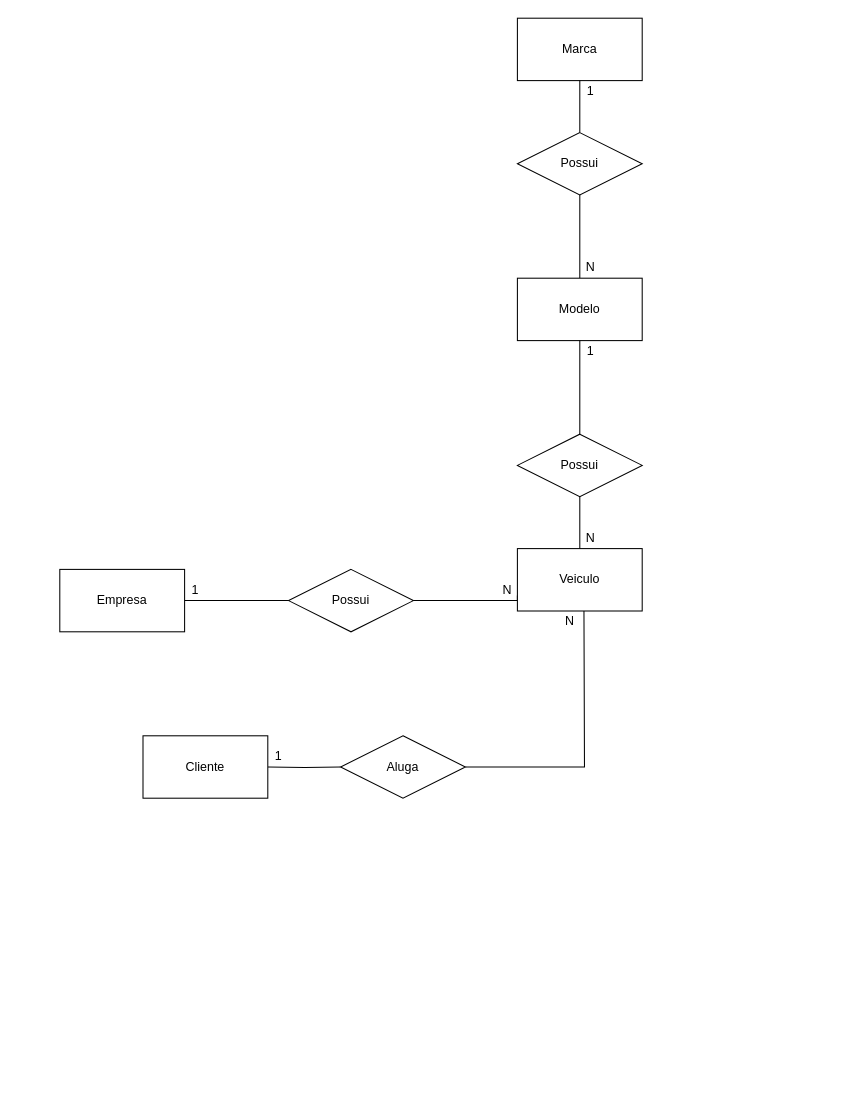
Above: exercicios/1.2-exercicio-locadora/1.2-exercicio-locadora.drawio in Leonardo-Souza-de-Castro/Sprint-1-BD (draw.io), before the change. Source tidied: cells renumbered, new cells numbered last; positions are measured from the earlier drawing's top-left corner, leaving out a move shared by most shapes. Both pictures are drawn from the tidied source at 104%, with x=0, y=0 at pixel (59, 18).
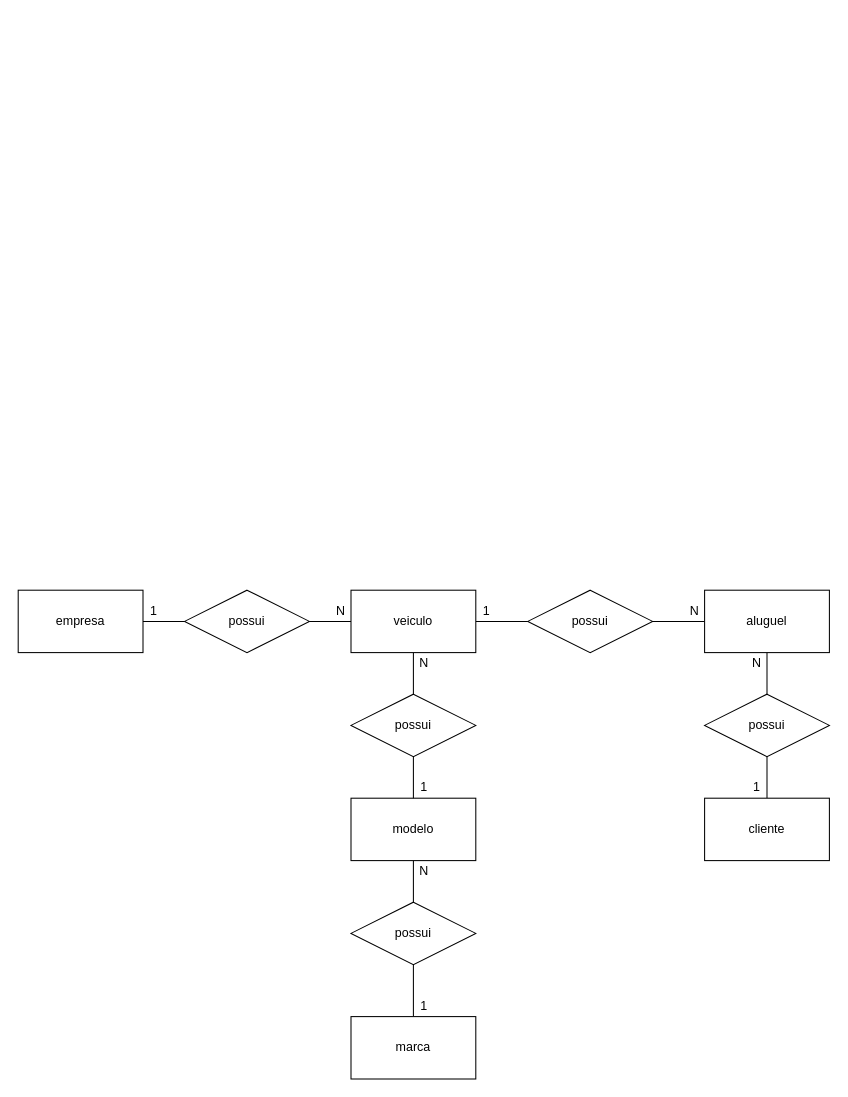
The same page after the edit.

What changed in the source:
```diff
@@
-    <mxCell id="2" style="edgeStyle=orthogonalEdgeStyle;rounded=0;jettySize=auto;html=1;entryX=0;entryY=0.5;entryDx=0;entryDy=0;endArrow=none;endFill=0;" parent="1" edge="1" source="3" target="6">
-      <mxGeometry relative="1" as="geometry" />
-    </mxCell>
-    <mxCell id="3" value="Empresa" style="rounded=0;whiteSpace=wrap;html=1;" parent="1" vertex="1">
-      <mxGeometry y="530" width="120" height="60" as="geometry" />
-    </mxCell>
-    <mxCell id="4" style="edgeStyle=orthogonalEdgeStyle;rounded=0;jettySize=auto;html=1;entryX=0;entryY=0.5;entryDx=0;entryDy=0;endArrow=none;endFill=0;" parent="1" edge="1" target="10">
-      <mxGeometry relative="1" as="geometry">
-        <mxPoint x="200" y="720" as="sourcePoint" />
-      </mxGeometry>
-    </mxCell>
-    <mxCell id="5" style="edgeStyle=orthogonalEdgeStyle;rounded=0;jettySize=auto;html=1;entryX=0;entryY=0.75;entryDx=0;entryDy=0;endArrow=none;endFill=0;exitX=1;exitY=0.5;exitDx=0;exitDy=0;" parent="1" edge="1" source="6" target="14">
-      <mxGeometry relative="1" as="geometry">
-        <Array as="points">
-          <mxPoint x="440" y="560" />
-        </Array>
-      </mxGeometry>
-    </mxCell>
-    <mxCell id="6" value="Possui" style="shape=rhombus;perimeter=rhombusPerimeter;whiteSpace=wrap;html=1;align=center;" parent="1" vertex="1">
-      <mxGeometry x="220" y="530" width="120" height="60" as="geometry" />
-    </mxCell>
-    <mxCell id="7" value="1" style="text;html=1;align=center;verticalAlign=middle;strokeColor=none;" parent="1" vertex="1">
-      <mxGeometry x="120" y="540" width="20" height="20" as="geometry" />
-    </mxCell>
-    <mxCell id="8" value="N" style="text;html=1;align=center;verticalAlign=middle;strokeColor=none;" parent="1" vertex="1">
-      <mxGeometry x="420" y="540" width="20" height="20" as="geometry" />
-    </mxCell>
-    <mxCell id="9" style="edgeStyle=orthogonalEdgeStyle;rounded=0;jettySize=auto;html=1;entryX=0.5;entryY=1;entryDx=0;entryDy=0;endArrow=none;endFill=0;exitX=1;exitY=0.5;exitDx=0;exitDy=0;" parent="1" edge="1" source="10">
-      <mxGeometry relative="1" as="geometry">
-        <mxPoint x="504" y="570" as="targetPoint" />
-      </mxGeometry>
-    </mxCell>
-    <mxCell id="10" value="Aluga" style="shape=rhombus;perimeter=rhombusPerimeter;whiteSpace=wrap;html=1;align=center;" parent="1" vertex="1">
-      <mxGeometry x="270" y="690" width="120" height="60" as="geometry" />
-    </mxCell>
-    <mxCell id="11" value="1" style="text;html=1;align=center;verticalAlign=middle;strokeColor=none;" parent="1" vertex="1">
-      <mxGeometry x="200" y="700" width="20" height="20" as="geometry" />
-    </mxCell>
-    <mxCell id="12" value="N" style="text;html=1;align=center;verticalAlign=middle;strokeColor=none;" parent="1" vertex="1">
-      <mxGeometry x="480" y="570" width="20" height="20" as="geometry" />
-    </mxCell>
-    <mxCell id="13" value="Cliente" style="rounded=0;whiteSpace=wrap;html=1;" parent="1" vertex="1">
-      <mxGeometry x="80" y="690" width="120" height="60" as="geometry" />
-    </mxCell>
-    <mxCell id="14" value="Veiculo" style="rounded=0;whiteSpace=wrap;html=1;" parent="1" vertex="1">
-      <mxGeometry x="440" y="510" width="120" height="60" as="geometry" />
-    </mxCell>
-    <mxCell id="15" style="edgeStyle=orthogonalEdgeStyle;rounded=0;jettySize=auto;html=1;entryX=0.5;entryY=1;entryDx=0;entryDy=0;endArrow=none;endFill=0;" parent="1" edge="1" source="16" target="22">
-      <mxGeometry relative="1" as="geometry" />
-    </mxCell>
-    <mxCell id="16" value="Modelo" style="rounded=0;whiteSpace=wrap;html=1;" parent="1" vertex="1">
-      <mxGeometry x="440" y="250" width="120" height="60" as="geometry" />
-    </mxCell>
-    <mxCell id="17" value="Marca" style="rounded=0;whiteSpace=wrap;html=1;" parent="1" vertex="1">
-      <mxGeometry x="440" width="120" height="60" as="geometry" />
-    </mxCell>
-    <mxCell id="18" style="edgeStyle=orthogonalEdgeStyle;rounded=0;jettySize=auto;html=1;entryX=0.5;entryY=0;entryDx=0;entryDy=0;endArrow=none;endFill=0;exitX=0.5;exitY=1;exitDx=0;exitDy=0;" parent="1" edge="1" source="20" target="14">
-      <mxGeometry relative="1" as="geometry" />
-    </mxCell>
-    <mxCell id="19" style="edgeStyle=orthogonalEdgeStyle;rounded=0;jettySize=auto;html=1;entryX=0.5;entryY=1;entryDx=0;entryDy=0;endArrow=none;endFill=0;" parent="1" edge="1" source="20" target="16">
-      <mxGeometry relative="1" as="geometry" />
-    </mxCell>
-    <mxCell id="20" value="Possui" style="shape=rhombus;perimeter=rhombusPerimeter;whiteSpace=wrap;html=1;align=center;" parent="1" vertex="1">
-      <mxGeometry x="440" y="400" width="120" height="60" as="geometry" />
-    </mxCell>
-    <mxCell id="21" style="edgeStyle=orthogonalEdgeStyle;rounded=0;jettySize=auto;html=1;entryX=0.5;entryY=1;entryDx=0;entryDy=0;endArrow=none;endFill=0;" parent="1" edge="1" source="22" target="17">
-      <mxGeometry relative="1" as="geometry" />
-    </mxCell>
-    <mxCell id="22" value="Possui" style="shape=rhombus;perimeter=rhombusPerimeter;whiteSpace=wrap;html=1;align=center;" parent="1" vertex="1">
-      <mxGeometry x="440" y="110" width="120" height="60" as="geometry" />
-    </mxCell>
-    <mxCell id="23" value="1" style="text;html=1;align=center;verticalAlign=middle;strokeColor=none;" parent="1" vertex="1">
-      <mxGeometry x="500" y="60" width="20" height="20" as="geometry" />
-    </mxCell>
-    <mxCell id="24" value="N" style="text;html=1;align=center;verticalAlign=middle;strokeColor=none;" parent="1" vertex="1">
-      <mxGeometry x="500" y="230" width="20" height="20" as="geometry" />
-    </mxCell>
-    <mxCell id="25" value="1" style="text;html=1;align=center;verticalAlign=middle;strokeColor=none;" parent="1" vertex="1">
-      <mxGeometry x="500" y="310" width="20" height="20" as="geometry" />
-    </mxCell>
-    <mxCell id="26" value="N" style="text;html=1;align=center;verticalAlign=middle;strokeColor=none;" parent="1" vertex="1">
-      <mxGeometry x="500" y="490" width="20" height="20" as="geometry" />
-    </mxCell>
+    <mxCell id="27" style="edgeStyle=orthogonalEdgeStyle;rounded=0;jettySize=auto;html=1;endArrow=none;endFill=0;" parent="1" edge="1" source="28" target="33">
+      <mxGeometry relative="1" as="geometry" />
+    </mxCell>
+    <mxCell id="28" value="empresa" style="rounded=0;whiteSpace=wrap;html=1;" parent="1" vertex="1">
+      <mxGeometry x="-40" y="550" width="120" height="60" as="geometry" />
+    </mxCell>
+    <mxCell id="29" style="edgeStyle=orthogonalEdgeStyle;rounded=0;jettySize=auto;html=1;endArrow=none;endFill=0;" parent="1" edge="1" source="31" target="37">
+      <mxGeometry relative="1" as="geometry" />
+    </mxCell>
+    <mxCell id="30" style="edgeStyle=orthogonalEdgeStyle;rounded=0;jettySize=auto;html=1;endArrow=none;endFill=0;" parent="1" edge="1" source="31" target="42">
+      <mxGeometry relative="1" as="geometry" />
+    </mxCell>
+    <mxCell id="31" value="veiculo" style="rounded=0;whiteSpace=wrap;html=1;" parent="1" vertex="1">
+      <mxGeometry x="280" y="550" width="120" height="60" as="geometry" />
+    </mxCell>
+    <mxCell id="32" style="edgeStyle=orthogonalEdgeStyle;rounded=0;jettySize=auto;html=1;endArrow=none;endFill=0;" parent="1" edge="1" source="33" target="31">
+      <mxGeometry relative="1" as="geometry" />
+    </mxCell>
+    <mxCell id="33" value="possui" style="shape=rhombus;perimeter=rhombusPerimeter;whiteSpace=wrap;html=1;align=center;" parent="1" vertex="1">
+      <mxGeometry x="120" y="550" width="120" height="60" as="geometry" />
+    </mxCell>
+    <mxCell id="34" style="edgeStyle=orthogonalEdgeStyle;rounded=0;jettySize=auto;html=1;endArrow=none;endFill=0;" parent="1" edge="1" source="35" target="39">
+      <mxGeometry relative="1" as="geometry" />
+    </mxCell>
+    <mxCell id="35" value="modelo" style="rounded=0;whiteSpace=wrap;html=1;" parent="1" vertex="1">
+      <mxGeometry x="280" y="750" width="120" height="60" as="geometry" />
+    </mxCell>
+    <mxCell id="36" style="edgeStyle=orthogonalEdgeStyle;rounded=0;jettySize=auto;html=1;endArrow=none;endFill=0;" parent="1" edge="1" source="37" target="35">
+      <mxGeometry relative="1" as="geometry" />
+    </mxCell>
+    <mxCell id="37" value="possui" style="shape=rhombus;perimeter=rhombusPerimeter;whiteSpace=wrap;html=1;align=center;" parent="1" vertex="1">
+      <mxGeometry x="280" y="650" width="120" height="60" as="geometry" />
+    </mxCell>
+    <mxCell id="38" style="edgeStyle=orthogonalEdgeStyle;rounded=0;jettySize=auto;html=1;endArrow=none;endFill=0;" parent="1" edge="1" source="39" target="40">
+      <mxGeometry relative="1" as="geometry" />
+    </mxCell>
+    <mxCell id="39" value="possui" style="shape=rhombus;perimeter=rhombusPerimeter;whiteSpace=wrap;html=1;align=center;" parent="1" vertex="1">
+      <mxGeometry x="280" y="850" width="120" height="60" as="geometry" />
+    </mxCell>
+    <mxCell id="40" value="marca" style="rounded=0;whiteSpace=wrap;html=1;" parent="1" vertex="1">
+      <mxGeometry x="280" y="960" width="120" height="60" as="geometry" />
+    </mxCell>
+    <mxCell id="41" style="edgeStyle=orthogonalEdgeStyle;rounded=0;jettySize=auto;html=1;endArrow=none;endFill=0;" parent="1" edge="1" source="42" target="44">
+      <mxGeometry relative="1" as="geometry" />
+    </mxCell>
+    <mxCell id="42" value="possui" style="shape=rhombus;perimeter=rhombusPerimeter;whiteSpace=wrap;html=1;align=center;" parent="1" vertex="1">
+      <mxGeometry x="450" y="550" width="120" height="60" as="geometry" />
+    </mxCell>
+    <mxCell id="43" style="edgeStyle=orthogonalEdgeStyle;rounded=0;jettySize=auto;html=1;endArrow=none;endFill=0;" parent="1" edge="1" source="44" target="48">
+      <mxGeometry relative="1" as="geometry" />
+    </mxCell>
+    <mxCell id="44" value="aluguel" style="rounded=0;whiteSpace=wrap;html=1;" parent="1" vertex="1">
+      <mxGeometry x="620" y="550" width="120" height="60" as="geometry" />
+    </mxCell>
+    <mxCell id="45" value="1" style="text;html=1;align=center;verticalAlign=middle;strokeColor=none;" parent="1" vertex="1">
+      <mxGeometry x="400" y="560" width="20" height="20" as="geometry" />
+    </mxCell>
+    <mxCell id="46" value="N" style="text;html=1;align=center;verticalAlign=middle;strokeColor=none;" parent="1" vertex="1">
+      <mxGeometry x="600" y="560" width="20" height="20" as="geometry" />
+    </mxCell>
+    <mxCell id="47" style="edgeStyle=orthogonalEdgeStyle;rounded=0;jettySize=auto;html=1;endArrow=none;endFill=0;" parent="1" edge="1" source="48" target="49">
+      <mxGeometry relative="1" as="geometry" />
+    </mxCell>
+    <mxCell id="48" value="possui" style="shape=rhombus;perimeter=rhombusPerimeter;whiteSpace=wrap;html=1;align=center;" parent="1" vertex="1">
+      <mxGeometry x="620" y="650" width="120" height="60" as="geometry" />
+    </mxCell>
+    <mxCell id="49" value="cliente" style="rounded=0;whiteSpace=wrap;html=1;" parent="1" vertex="1">
+      <mxGeometry x="620" y="750" width="120" height="60" as="geometry" />
+    </mxCell>
+    <mxCell id="50" value="1" style="text;html=1;align=center;verticalAlign=middle;strokeColor=none;" parent="1" vertex="1">
+      <mxGeometry x="660" y="730" width="20" height="20" as="geometry" />
+    </mxCell>
+    <mxCell id="51" value="N" style="text;html=1;align=center;verticalAlign=middle;strokeColor=none;" parent="1" vertex="1">
+      <mxGeometry x="660" y="610" width="20" height="20" as="geometry" />
+    </mxCell>
+    <mxCell id="52" value="1" style="text;html=1;align=center;verticalAlign=middle;strokeColor=none;" parent="1" vertex="1">
+      <mxGeometry x="80" y="560" width="20" height="20" as="geometry" />
+    </mxCell>
+    <mxCell id="53" value="N" style="text;html=1;align=center;verticalAlign=middle;strokeColor=none;" parent="1" vertex="1">
+      <mxGeometry x="260" y="560" width="20" height="20" as="geometry" />
+    </mxCell>
+    <mxCell id="54" value="1" style="text;html=1;align=center;verticalAlign=middle;strokeColor=none;" parent="1" vertex="1">
+      <mxGeometry x="340" y="730" width="20" height="20" as="geometry" />
+    </mxCell>
+    <mxCell id="55" value="N" style="text;html=1;align=center;verticalAlign=middle;strokeColor=none;" parent="1" vertex="1">
+      <mxGeometry x="340" y="610" width="20" height="20" as="geometry" />
+    </mxCell>
+    <mxCell id="56" value="1" style="text;html=1;align=center;verticalAlign=middle;strokeColor=none;" parent="1" vertex="1">
+      <mxGeometry x="340" y="940" width="20" height="20" as="geometry" />
+    </mxCell>
+    <mxCell id="57" value="N" style="text;html=1;align=center;verticalAlign=middle;strokeColor=none;" parent="1" vertex="1">
+      <mxGeometry x="340" y="810" width="20" height="20" as="geometry" />
+    </mxCell>
```
